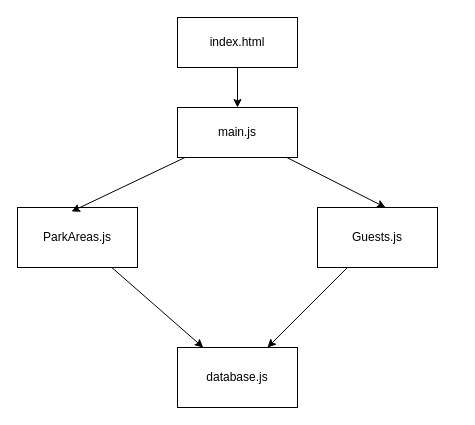
Above: planning/dependencies.drawio in Evening-Cohort-31/Cider-Falls-client-cbrnjp (draw.io), before the change. Source tidied: cells renumbered, new cells numbered last; positions are measured from the earlier drawing's top-left corner, leaving out a move shared by most shapes. Both pictures are drawn from the tidied source at 100%, with x=0, y=0 at pixel (17, 17).
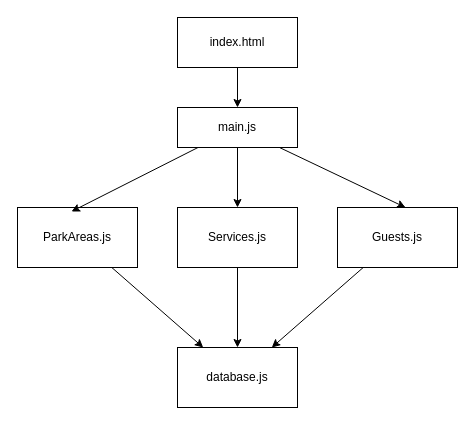
Above is the later version.

Commit message (it also covers changes not shown here):
reworked services data with understanding new requirements. Updated ERD, dependencies

Diff of the diagram source:
```diff
@@
 <mxGraphModel>
   <root>
     <mxCell id="0" />
     <mxCell id="1" parent="0" />
     <mxCell id="2" value="database.js" style="whiteSpace=wrap;html=1;" parent="1" vertex="1">
       <mxGeometry x="160" y="330" width="120" height="60" as="geometry" />
     </mxCell>
+    <mxCell id="12" style="edgeStyle=none;html=1;entryX=0.5;entryY=0;entryDx=0;entryDy=0;" parent="1" edge="1" source="3" target="14">
+      <mxGeometry relative="1" as="geometry" />
+    </mxCell>
     <mxCell id="3" value="main.js" style="whiteSpace=wrap;html=1;" parent="1" vertex="1">
-      <mxGeometry x="160" y="90" width="120" height="50" as="geometry" />
+      <mxGeometry x="160" y="90" width="120" height="40" as="geometry" />
     </mxCell>
     <mxCell id="4" style="edgeStyle=none;html=1;" parent="1" edge="1" source="5" target="2">
       <mxGeometry relative="1" as="geometry" />
     </mxCell>
     <mxCell id="5" value="ParkAreas.js" style="whiteSpace=wrap;html=1;" parent="1" vertex="1">
       <mxGeometry y="190" width="120" height="60" as="geometry" />
     </mxCell>
     <mxCell id="6" style="edgeStyle=none;html=1;" parent="1" edge="1" source="7" target="2">
       <mxGeometry relative="1" as="geometry" />
     </mxCell>
     <mxCell id="7" value="Guests.js" style="whiteSpace=wrap;html=1;" parent="1" vertex="1">
-      <mxGeometry x="300" y="190" width="120" height="60" as="geometry" />
+      <mxGeometry x="320" y="190" width="120" height="60" as="geometry" />
     </mxCell>
     <mxCell id="8" style="edgeStyle=none;html=1;entryX=0.45;entryY=0.067;entryDx=0;entryDy=0;entryPerimeter=0;" parent="1" edge="1" source="3" target="5">
       <mxGeometry relative="1" as="geometry" />
     </mxCell>
     <mxCell id="9" style="edgeStyle=none;html=1;entryX=0.567;entryY=0;entryDx=0;entryDy=0;entryPerimeter=0;" parent="1" edge="1" source="3" target="7">
       <mxGeometry relative="1" as="geometry" />
     </mxCell>
     <mxCell id="10" style="edgeStyle=none;html=1;" parent="1" edge="1" source="11" target="3">
       <mxGeometry relative="1" as="geometry" />
     </mxCell>
     <mxCell id="11" value="index.html" style="whiteSpace=wrap;html=1;" parent="1" vertex="1">
       <mxGeometry x="160" width="120" height="50" as="geometry" />
     </mxCell>
+    <mxCell id="13" style="edgeStyle=none;html=1;" parent="1" edge="1" source="14" target="2">
+      <mxGeometry relative="1" as="geometry" />
+    </mxCell>
+    <mxCell id="14" value="Services.js" style="whiteSpace=wrap;html=1;" parent="1" vertex="1">
+      <mxGeometry x="160" y="190" width="120" height="60" as="geometry" />
+    </mxCell>
   </root>
 </mxGraphModel>
```
